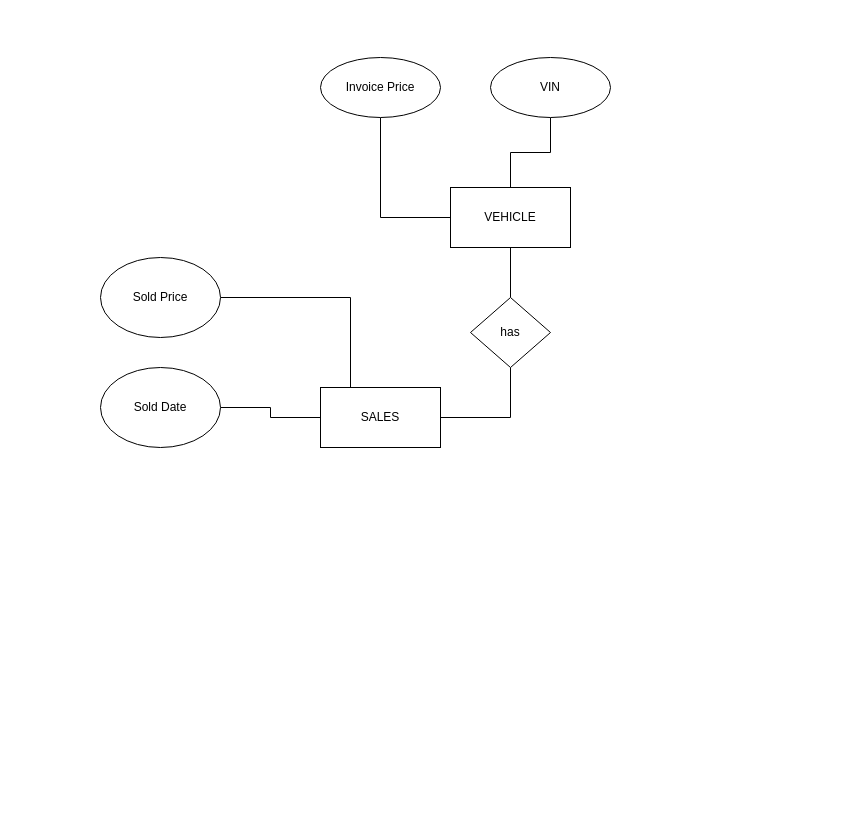
dennismdan/car_dealership_database_proj keeps this draw.io diagram as page "EER" (2 of 2) of Salespeople/EER.drawio. Above is the earlier version. Source tidied: cells renumbered, new cells numbered last; positions are measured from the earlier drawing's top-left corner, leaving out a move shared by most shapes. Both pictures are drawn from the tidied source at 100%, with x=0, y=0 at pixel (100, 57).
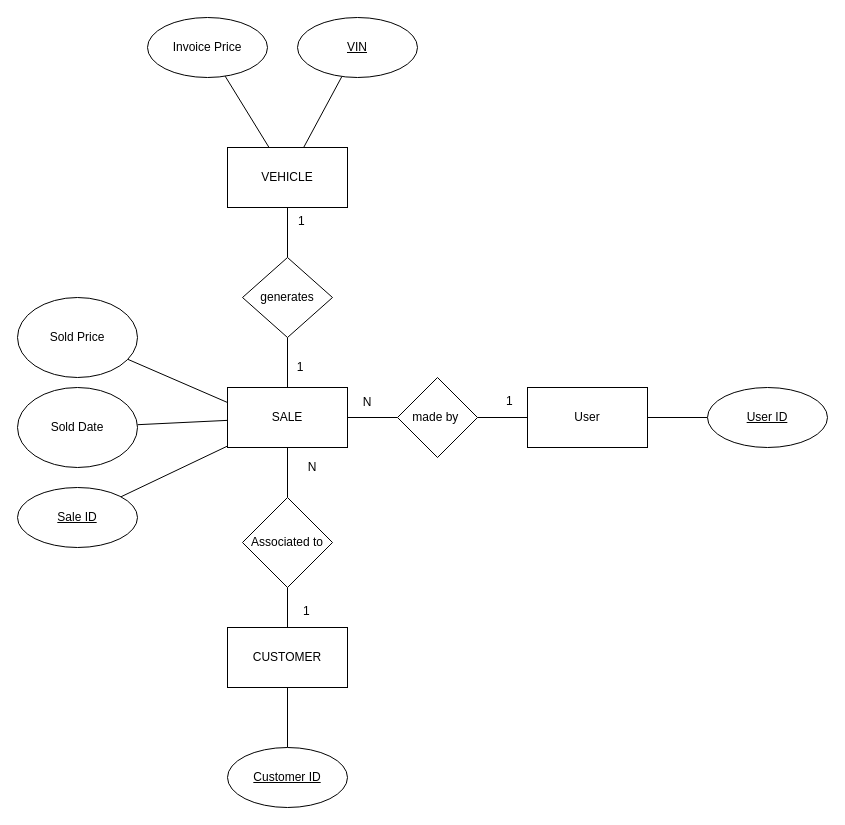
The same diagram, later.

What changed in the source:
```diff
@@
-    <mxCell id="2" style="edgeStyle=orthogonalEdgeStyle;rounded=0;jettySize=auto;html=1;endArrow=none;endFill=0;strokeColor=default;" parent="1" edge="1" source="3" target="12">
-      <mxGeometry relative="1" as="geometry" />
-    </mxCell>
+    <mxCell id="15" style="rounded=0;jettySize=auto;html=1;endArrow=none;endFill=0;" parent="1" edge="1" source="3" target="20">
+      <mxGeometry relative="1" as="geometry" />
+    </mxCell>
+    <mxCell id="16" style="edgeStyle=none;rounded=0;jettySize=auto;html=1;endArrow=none;endFill=0;" parent="1" edge="1" source="3" target="24">
+      <mxGeometry relative="1" as="geometry" />
+    </mxCell>
+    <mxCell id="17" style="edgeStyle=orthogonalEdgeStyle;curved=0;rounded=1;sketch=0;jettySize=auto;html=1;endArrow=none;endFill=0;" parent="1" edge="1" source="3" target="26">
+      <mxGeometry relative="1" as="geometry" />
+    </mxCell>
-    <mxCell id="3" value="SALES" style="rounded=0;whiteSpace=wrap;html=1;" parent="1" vertex="1">
-      <mxGeometry x="220" y="330" width="120" height="60" as="geometry" />
+    <mxCell id="3" value="SALE" style="rounded=0;whiteSpace=wrap;html=1;sketch=0;shadow=0;" parent="1" vertex="1">
+      <mxGeometry x="127" y="330" width="120" height="60" as="geometry" />
     </mxCell>
-    <mxCell id="4" style="edgeStyle=orthogonalEdgeStyle;rounded=0;jettySize=auto;html=1;entryX=0.25;entryY=0;entryDx=0;entryDy=0;endArrow=none;endFill=0;" parent="1" edge="1" source="5" target="3">
-      <mxGeometry relative="1" as="geometry">
-        <Array as="points">
-          <mxPoint x="250" y="240" />
-        </Array>
-      </mxGeometry>
+    <mxCell id="4" style="rounded=0;jettySize=auto;html=1;entryX=0;entryY=0.25;entryDx=0;entryDy=0;endArrow=none;endFill=0;" parent="1" edge="1" source="5" target="3">
+      <mxGeometry relative="1" as="geometry" />
     </mxCell>
     <mxCell id="5" value="Sold Price" style="ellipse;whiteSpace=wrap;html=1;" parent="1" vertex="1">
-      <mxGeometry y="200" width="120" height="80" as="geometry" />
+      <mxGeometry x="-83" y="240" width="120" height="80" as="geometry" />
     </mxCell>
-    <mxCell id="6" style="edgeStyle=orthogonalEdgeStyle;rounded=0;jettySize=auto;html=1;strokeColor=default;endArrow=none;endFill=0;" parent="1" edge="1" source="7" target="3">
+    <mxCell id="6" style="rounded=0;jettySize=auto;html=1;endArrow=none;endFill=0;" parent="1" edge="1" source="7" target="3">
       <mxGeometry relative="1" as="geometry" />
     </mxCell>
     <mxCell id="7" value="Sold Date" style="ellipse;whiteSpace=wrap;html=1;" parent="1" vertex="1">
-      <mxGeometry y="310" width="120" height="80" as="geometry" />
+      <mxGeometry x="-83" y="330" width="120" height="80" as="geometry" />
     </mxCell>
-    <mxCell id="8" style="edgeStyle=orthogonalEdgeStyle;rounded=0;jettySize=auto;html=1;endArrow=none;endFill=0;strokeColor=default;" parent="1" edge="1" source="10" target="13">
+    <mxCell id="8" style="rounded=0;jettySize=auto;html=1;endArrow=none;endFill=0;" parent="1" edge="1" source="10" target="13">
       <mxGeometry relative="1" as="geometry" />
     </mxCell>
-    <mxCell id="9" style="edgeStyle=orthogonalEdgeStyle;rounded=0;jettySize=auto;html=1;endArrow=none;endFill=0;strokeColor=default;" parent="1" edge="1" source="10" target="14">
+    <mxCell id="9" style="rounded=0;jettySize=auto;html=1;endArrow=none;endFill=0;" parent="1" edge="1" source="10" target="14">
       <mxGeometry relative="1" as="geometry" />
     </mxCell>
     <mxCell id="10" value="VEHICLE" style="rounded=0;whiteSpace=wrap;html=1;" parent="1" vertex="1">
-      <mxGeometry x="350" y="130" width="120" height="60" as="geometry" />
+      <mxGeometry x="127" y="90" width="120" height="60" as="geometry" />
     </mxCell>
-    <mxCell id="11" style="edgeStyle=orthogonalEdgeStyle;rounded=0;jettySize=auto;html=1;endArrow=none;endFill=0;strokeColor=default;" parent="1" edge="1" source="12" target="10">
+    <mxCell id="11" style="rounded=0;jettySize=auto;html=1;endArrow=none;endFill=0;" parent="1" edge="1" source="12" target="10">
       <mxGeometry relative="1" as="geometry" />
     </mxCell>
+    <mxCell id="18" style="edgeStyle=orthogonalEdgeStyle;curved=0;rounded=1;sketch=0;jettySize=auto;html=1;endArrow=none;endFill=0;" parent="1" edge="1" source="12" target="3">
+      <mxGeometry relative="1" as="geometry" />
+    </mxCell>
-    <mxCell id="12" value="has" style="rhombus;whiteSpace=wrap;html=1;" parent="1" vertex="1">
-      <mxGeometry x="370" y="240" width="80" height="70" as="geometry" />
+    <mxCell id="12" value="generates" style="rhombus;whiteSpace=wrap;html=1;" parent="1" vertex="1">
+      <mxGeometry x="142" y="200" width="90" height="80" as="geometry" />
     </mxCell>
-    <mxCell id="13" value="VIN" style="ellipse;whiteSpace=wrap;html=1;rounded=0;" parent="1" vertex="1">
-      <mxGeometry x="390" width="120" height="60" as="geometry" />
+    <mxCell id="13" value="&lt;u&gt;VIN&lt;/u&gt;" style="ellipse;whiteSpace=wrap;html=1;rounded=0;" parent="1" vertex="1">
+      <mxGeometry x="197" y="-40" width="120" height="60" as="geometry" />
     </mxCell>
     <mxCell id="14" value="Invoice Price" style="ellipse;whiteSpace=wrap;html=1;rounded=0;" parent="1" vertex="1">
-      <mxGeometry x="220" width="120" height="60" as="geometry" />
+      <mxGeometry x="47" y="-40" width="120" height="60" as="geometry" />
     </mxCell>
+    <mxCell id="19" style="rounded=0;jettySize=auto;html=1;endArrow=none;endFill=0;" parent="1" edge="1" source="20" target="22">
+      <mxGeometry relative="1" as="geometry" />
+    </mxCell>
+    <mxCell id="20" value="Associated to" style="rhombus;whiteSpace=wrap;html=1;rounded=0;" parent="1" vertex="1">
+      <mxGeometry x="142" y="440" width="90" height="90" as="geometry" />
+    </mxCell>
+    <mxCell id="21" style="rounded=0;jettySize=auto;html=1;endArrow=none;endFill=0;" parent="1" edge="1" source="22" target="23">
+      <mxGeometry relative="1" as="geometry" />
+    </mxCell>
+    <mxCell id="22" value="CUSTOMER" style="whiteSpace=wrap;html=1;rounded=0;" parent="1" vertex="1">
+      <mxGeometry x="127" y="570" width="120" height="60" as="geometry" />
+    </mxCell>
+    <mxCell id="23" value="&lt;u&gt;Customer ID&lt;/u&gt;" style="ellipse;whiteSpace=wrap;html=1;rounded=0;" parent="1" vertex="1">
+      <mxGeometry x="127" y="690" width="120" height="60" as="geometry" />
+    </mxCell>
+    <mxCell id="24" value="&lt;u&gt;Sale ID&lt;/u&gt;" style="ellipse;whiteSpace=wrap;html=1;rounded=0;shadow=0;sketch=0;" parent="1" vertex="1">
+      <mxGeometry x="-83" y="430" width="120" height="60" as="geometry" />
+    </mxCell>
+    <mxCell id="25" style="edgeStyle=orthogonalEdgeStyle;curved=0;rounded=1;sketch=0;jettySize=auto;html=1;endArrow=none;endFill=0;" parent="1" edge="1" source="26" target="28">
+      <mxGeometry relative="1" as="geometry" />
+    </mxCell>
+    <mxCell id="26" value="made by&amp;nbsp;" style="rhombus;whiteSpace=wrap;html=1;rounded=0;shadow=0;sketch=0;" parent="1" vertex="1">
+      <mxGeometry x="297" y="320" width="80" height="80" as="geometry" />
+    </mxCell>
+    <mxCell id="27" style="rounded=1;sketch=0;jettySize=auto;html=1;endArrow=none;endFill=0;" parent="1" edge="1" source="28" target="29">
+      <mxGeometry relative="1" as="geometry" />
+    </mxCell>
+    <mxCell id="28" value="User" style="whiteSpace=wrap;html=1;rounded=0;shadow=0;sketch=0;" parent="1" vertex="1">
+      <mxGeometry x="427" y="330" width="120" height="60" as="geometry" />
+    </mxCell>
+    <mxCell id="29" value="&lt;u&gt;User ID&lt;/u&gt;" style="ellipse;whiteSpace=wrap;html=1;rounded=0;shadow=0;sketch=0;" parent="1" vertex="1">
+      <mxGeometry x="607" y="330" width="120" height="60" as="geometry" />
+    </mxCell>
+    <mxCell id="30" value="1" style="text;strokeColor=none;fillColor=none;spacingLeft=4;spacingRight=4;overflow=hidden;fontSize=12;rounded=0;sketch=0;" parent="1" vertex="1">
+      <mxGeometry x="400" y="330" width="40" height="30" as="geometry" />
+    </mxCell>
+    <mxCell id="31" value="N" style="text;html=1;strokeColor=none;fillColor=none;align=center;verticalAlign=middle;whiteSpace=wrap;rounded=0;sketch=0;" parent="1" vertex="1">
+      <mxGeometry x="247" y="335" width="40" height="20" as="geometry" />
+    </mxCell>
+    <mxCell id="32" value="N" style="text;html=1;strokeColor=none;fillColor=none;align=center;verticalAlign=middle;whiteSpace=wrap;rounded=0;sketch=0;" parent="1" vertex="1">
+      <mxGeometry x="192" y="400" width="40" height="20" as="geometry" />
+    </mxCell>
+    <mxCell id="33" value="1" style="text;strokeColor=none;fillColor=none;spacingLeft=4;spacingRight=4;overflow=hidden;fontSize=12;rounded=0;sketch=0;" parent="1" vertex="1">
+      <mxGeometry x="197" y="540" width="40" height="30" as="geometry" />
+    </mxCell>
+    <mxCell id="34" value="1" style="text;html=1;strokeColor=none;fillColor=none;align=center;verticalAlign=middle;whiteSpace=wrap;rounded=0;sketch=0;" parent="1" vertex="1">
+      <mxGeometry x="180" y="300" width="40" height="20" as="geometry" />
+    </mxCell>
+    <mxCell id="35" value="1" style="text;strokeColor=none;fillColor=none;spacingLeft=4;spacingRight=4;overflow=hidden;fontSize=12;rounded=0;sketch=0;" parent="1" vertex="1">
+      <mxGeometry x="192" y="150" width="40" height="30" as="geometry" />
+    </mxCell>
```
